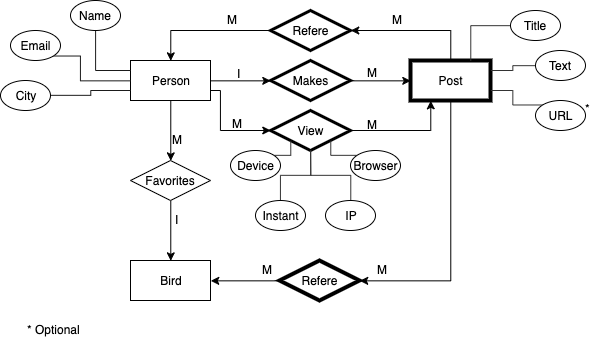
Earlier version of the draw.io export EntityRelationModel.png (juanjorgegarcia/BigData-SQL-Project). Source tidied: cells renumbered, new cells last; positions are measured from the earlier drawing's top-left corner, leaving out a move shared by most shapes. Source of this version:
```xml
<mxGraphModel>
  <root>
    <mxCell id="0" />
    <mxCell id="1" parent="0" />
    <mxCell id="2" style="edgeStyle=orthogonalEdgeStyle;rounded=0;jettySize=auto;html=1;exitX=1;exitY=0.5;exitDx=0;exitDy=0;entryX=0;entryY=0.5;entryDx=0;entryDy=0;" parent="1" edge="1" source="5" target="12">
      <mxGeometry relative="1" as="geometry" />
    </mxCell>
    <mxCell id="3" style="edgeStyle=orthogonalEdgeStyle;rounded=0;jettySize=auto;html=1;exitX=0.5;exitY=1;exitDx=0;exitDy=0;entryX=0.5;entryY=0;entryDx=0;entryDy=0;" parent="1" edge="1" source="5" target="7">
      <mxGeometry relative="1" as="geometry" />
    </mxCell>
    <mxCell id="4" style="edgeStyle=orthogonalEdgeStyle;rounded=0;jettySize=auto;html=1;exitX=1;exitY=0.75;exitDx=0;exitDy=0;entryX=0;entryY=0.5;entryDx=0;entryDy=0;" parent="1" edge="1" source="5" target="16">
      <mxGeometry relative="1" as="geometry">
        <Array as="points">
          <mxPoint x="220" y="90" />
          <mxPoint x="220" y="130" />
        </Array>
      </mxGeometry>
    </mxCell>
    <mxCell id="5" value="Person" style="rounded=0;whiteSpace=wrap;html=1;" parent="1" vertex="1">
      <mxGeometry x="130" y="60" width="80" height="40" as="geometry" />
    </mxCell>
    <mxCell id="6" style="edgeStyle=orthogonalEdgeStyle;rounded=0;jettySize=auto;html=1;exitX=0.5;exitY=1;exitDx=0;exitDy=0;entryX=0.5;entryY=0;entryDx=0;entryDy=0;" parent="1" edge="1" source="7" target="8">
      <mxGeometry relative="1" as="geometry" />
    </mxCell>
    <mxCell id="7" value="Favorites" style="rhombus;whiteSpace=wrap;html=1;" parent="1" vertex="1">
      <mxGeometry x="130" y="160" width="80" height="40" as="geometry" />
    </mxCell>
    <mxCell id="8" value="Bird" style="rounded=0;whiteSpace=wrap;html=1;" parent="1" vertex="1">
      <mxGeometry x="130" y="260" width="80" height="40" as="geometry" />
    </mxCell>
    <mxCell id="9" style="edgeStyle=orthogonalEdgeStyle;rounded=0;jettySize=auto;html=1;exitX=0;exitY=0.5;exitDx=0;exitDy=0;entryX=1;entryY=0.5;entryDx=0;entryDy=0;" parent="1" edge="1" source="10" target="8">
      <mxGeometry relative="1" as="geometry" />
    </mxCell>
    <mxCell id="10" value="Refere" style="rhombus;whiteSpace=wrap;html=1;gradientColor=none;strokeColor=#000000;perimeterSpacing=0;rounded=0;comic=0;strokeWidth=4;" parent="1" vertex="1">
      <mxGeometry x="279" y="260" width="80" height="40" as="geometry" />
    </mxCell>
    <mxCell id="11" style="edgeStyle=orthogonalEdgeStyle;rounded=0;jettySize=auto;html=1;exitX=1;exitY=0.5;exitDx=0;exitDy=0;entryX=0;entryY=0.5;entryDx=0;entryDy=0;" parent="1" edge="1" source="12" target="19">
      <mxGeometry relative="1" as="geometry" />
    </mxCell>
    <mxCell id="12" value="Makes" style="rhombus;whiteSpace=wrap;html=1;strokeWidth=3;" parent="1" vertex="1">
      <mxGeometry x="270" y="60" width="80" height="40" as="geometry" />
    </mxCell>
    <mxCell id="13" style="edgeStyle=orthogonalEdgeStyle;rounded=0;jettySize=auto;html=1;exitX=0;exitY=0.5;exitDx=0;exitDy=0;entryX=0.5;entryY=0;entryDx=0;entryDy=0;" parent="1" edge="1" source="14" target="5">
      <mxGeometry relative="1" as="geometry" />
    </mxCell>
    <mxCell id="14" value="Refere" style="rhombus;whiteSpace=wrap;html=1;strokeWidth=3;" parent="1" vertex="1">
      <mxGeometry x="270" y="10" width="80" height="40" as="geometry" />
    </mxCell>
    <mxCell id="15" style="edgeStyle=orthogonalEdgeStyle;rounded=0;jettySize=auto;html=1;exitX=1;exitY=0.5;exitDx=0;exitDy=0;entryX=0.25;entryY=1;entryDx=0;entryDy=0;" parent="1" edge="1" source="16" target="19">
      <mxGeometry relative="1" as="geometry" />
    </mxCell>
    <mxCell id="16" value="View" style="rhombus;whiteSpace=wrap;html=1;strokeWidth=3;" parent="1" vertex="1">
      <mxGeometry x="270" y="110" width="80" height="40" as="geometry" />
    </mxCell>
    <mxCell id="17" style="edgeStyle=orthogonalEdgeStyle;rounded=0;jettySize=auto;html=1;exitX=0.5;exitY=0;exitDx=0;exitDy=0;entryX=1;entryY=0.5;entryDx=0;entryDy=0;" parent="1" edge="1" source="19" target="14">
      <mxGeometry relative="1" as="geometry" />
    </mxCell>
    <mxCell id="18" style="edgeStyle=orthogonalEdgeStyle;rounded=0;jettySize=auto;html=1;exitX=0.5;exitY=1;exitDx=0;exitDy=0;entryX=1;entryY=0.5;entryDx=0;entryDy=0;" parent="1" edge="1" source="19" target="10">
      <mxGeometry relative="1" as="geometry" />
    </mxCell>
    <mxCell id="19" value="Post" style="rounded=0;whiteSpace=wrap;html=1;strokeWidth=4;" parent="1" vertex="1">
      <mxGeometry x="410" y="60" width="80" height="40" as="geometry" />
    </mxCell>
    <mxCell id="20" style="edgeStyle=orthogonalEdgeStyle;rounded=0;jettySize=auto;html=1;exitX=1;exitY=1;exitDx=0;exitDy=0;entryX=0;entryY=0.5;entryDx=0;entryDy=0;endArrow=none;endFill=0;strokeColor=#1A1A1A;" parent="1" edge="1" source="21" target="5">
      <mxGeometry relative="1" as="geometry">
        <Array as="points">
          <mxPoint x="80" y="56" />
          <mxPoint x="80" y="80" />
        </Array>
      </mxGeometry>
    </mxCell>
    <mxCell id="21" value="Email" style="ellipse;whiteSpace=wrap;html=1;" parent="1" vertex="1">
      <mxGeometry x="10" y="30" width="50" height="30" as="geometry" />
    </mxCell>
    <mxCell id="22" style="edgeStyle=orthogonalEdgeStyle;rounded=0;jettySize=auto;html=1;exitX=0.5;exitY=1;exitDx=0;exitDy=0;entryX=0;entryY=0.25;entryDx=0;entryDy=0;endArrow=none;endFill=0;strokeColor=#1A1A1A;" parent="1" edge="1" source="23" target="5">
      <mxGeometry relative="1" as="geometry" />
    </mxCell>
    <mxCell id="23" value="Name" style="ellipse;whiteSpace=wrap;html=1;" parent="1" vertex="1">
      <mxGeometry x="70" width="50" height="30" as="geometry" />
    </mxCell>
    <mxCell id="24" style="edgeStyle=orthogonalEdgeStyle;rounded=0;jettySize=auto;html=1;exitX=1;exitY=0.5;exitDx=0;exitDy=0;entryX=0;entryY=0.75;entryDx=0;entryDy=0;endArrow=none;endFill=0;strokeColor=#1A1A1A;" parent="1" edge="1" source="25" target="5">
      <mxGeometry relative="1" as="geometry" />
    </mxCell>
    <mxCell id="25" value="City" style="ellipse;whiteSpace=wrap;html=1;" parent="1" vertex="1">
      <mxGeometry y="80" width="50" height="30" as="geometry" />
    </mxCell>
    <mxCell id="26" style="edgeStyle=orthogonalEdgeStyle;rounded=0;jettySize=auto;html=1;exitX=0;exitY=0.5;exitDx=0;exitDy=0;entryX=0.75;entryY=0;entryDx=0;entryDy=0;endArrow=none;endFill=0;strokeColor=#333333;" parent="1" edge="1" source="27" target="19">
      <mxGeometry relative="1" as="geometry" />
    </mxCell>
    <mxCell id="27" value="Title" style="ellipse;whiteSpace=wrap;html=1;" parent="1" vertex="1">
      <mxGeometry x="510" y="10" width="50" height="30" as="geometry" />
    </mxCell>
    <mxCell id="28" style="edgeStyle=orthogonalEdgeStyle;rounded=0;jettySize=auto;html=1;exitX=0;exitY=0.5;exitDx=0;exitDy=0;entryX=1;entryY=0.25;entryDx=0;entryDy=0;endArrow=none;endFill=0;strokeColor=#333333;" parent="1" edge="1" source="29" target="19">
      <mxGeometry relative="1" as="geometry" />
    </mxCell>
    <mxCell id="29" value="Text" style="ellipse;whiteSpace=wrap;html=1;" parent="1" vertex="1">
      <mxGeometry x="535" y="50" width="50" height="30" as="geometry" />
    </mxCell>
    <mxCell id="30" style="edgeStyle=orthogonalEdgeStyle;rounded=0;jettySize=auto;html=1;exitX=0;exitY=0;exitDx=0;exitDy=0;entryX=1;entryY=0.75;entryDx=0;entryDy=0;endArrow=none;endFill=0;strokeColor=#333333;" parent="1" edge="1" source="31" target="19">
      <mxGeometry relative="1" as="geometry" />
    </mxCell>
    <mxCell id="31" value="URL" style="ellipse;whiteSpace=wrap;html=1;" parent="1" vertex="1">
      <mxGeometry x="535" y="100" width="50" height="30" as="geometry" />
    </mxCell>
    <mxCell id="32" style="edgeStyle=orthogonalEdgeStyle;rounded=0;jettySize=auto;html=1;exitX=1;exitY=0;exitDx=0;exitDy=0;entryX=0;entryY=1;entryDx=0;entryDy=0;endArrow=none;endFill=0;strokeColor=#333333;" parent="1" edge="1" source="33" target="16">
      <mxGeometry relative="1" as="geometry" />
    </mxCell>
    <mxCell id="33" value="Device" style="ellipse;whiteSpace=wrap;html=1;" parent="1" vertex="1">
      <mxGeometry x="230" y="150" width="50" height="30" as="geometry" />
    </mxCell>
    <mxCell id="34" style="edgeStyle=orthogonalEdgeStyle;rounded=0;jettySize=auto;html=1;exitX=0.5;exitY=0;exitDx=0;exitDy=0;entryX=0.5;entryY=1;entryDx=0;entryDy=0;endArrow=none;endFill=0;strokeColor=#333333;" parent="1" edge="1" source="35" target="16">
      <mxGeometry relative="1" as="geometry" />
    </mxCell>
    <mxCell id="35" value="Instant" style="ellipse;whiteSpace=wrap;html=1;" parent="1" vertex="1">
      <mxGeometry x="255" y="200" width="50" height="30" as="geometry" />
    </mxCell>
    <mxCell id="36" style="edgeStyle=orthogonalEdgeStyle;rounded=0;jettySize=auto;html=1;exitX=0;exitY=0;exitDx=0;exitDy=0;entryX=1;entryY=1;entryDx=0;entryDy=0;endArrow=none;endFill=0;strokeColor=#333333;" parent="1" edge="1" source="37" target="16">
      <mxGeometry relative="1" as="geometry" />
    </mxCell>
    <mxCell id="37" value="Browser" style="ellipse;whiteSpace=wrap;html=1;" parent="1" vertex="1">
      <mxGeometry x="350" y="150" width="50" height="30" as="geometry" />
    </mxCell>
    <mxCell id="38" style="edgeStyle=orthogonalEdgeStyle;rounded=0;jettySize=auto;html=1;exitX=0.5;exitY=0;exitDx=0;exitDy=0;endArrow=none;endFill=0;strokeColor=#333333;" parent="1" edge="1" source="39">
      <mxGeometry relative="1" as="geometry">
        <mxPoint x="310" y="150" as="targetPoint" />
      </mxGeometry>
    </mxCell>
    <mxCell id="39" value="IP" style="ellipse;whiteSpace=wrap;html=1;" parent="1" vertex="1">
      <mxGeometry x="325" y="200" width="50" height="30" as="geometry" />
    </mxCell>
    <mxCell id="40" value="M" style="text;html=1;align=left;verticalAlign=top;spacingTop=-4;" parent="1" vertex="1">
      <mxGeometry x="225" y="10" width="30" height="20" as="geometry" />
    </mxCell>
    <mxCell id="41" value="M" style="text;html=1;align=left;verticalAlign=top;spacingTop=-4;" parent="1" vertex="1">
      <mxGeometry x="390" y="10" width="30" height="20" as="geometry" />
    </mxCell>
    <mxCell id="42" value="M" style="text;html=1;align=left;verticalAlign=top;spacingTop=-4;" parent="1" vertex="1">
      <mxGeometry x="365" y="63" width="30" height="20" as="geometry" />
    </mxCell>
    <mxCell id="43" value="I" style="text;html=1;align=left;verticalAlign=top;spacingTop=-4;" parent="1" vertex="1">
      <mxGeometry x="235" y="64" width="20" height="20" as="geometry" />
    </mxCell>
    <mxCell id="44" value="M" style="text;html=1;align=left;verticalAlign=top;spacingTop=-4;" parent="1" vertex="1">
      <mxGeometry x="230" y="114" width="30" height="20" as="geometry" />
    </mxCell>
    <mxCell id="45" value="M" style="text;html=1;align=left;verticalAlign=top;spacingTop=-4;" parent="1" vertex="1">
      <mxGeometry x="365" y="115" width="30" height="20" as="geometry" />
    </mxCell>
    <mxCell id="46" value="M" style="text;html=1;align=left;verticalAlign=top;spacingTop=-4;" parent="1" vertex="1">
      <mxGeometry x="260" y="260" width="30" height="20" as="geometry" />
    </mxCell>
    <mxCell id="47" value="M" style="text;html=1;align=left;verticalAlign=top;spacingTop=-4;" parent="1" vertex="1">
      <mxGeometry x="375" y="260" width="30" height="20" as="geometry" />
    </mxCell>
    <mxCell id="48" value="M" style="text;html=1;align=left;verticalAlign=top;spacingTop=-4;" parent="1" vertex="1">
      <mxGeometry x="170" y="130" width="30" height="20" as="geometry" />
    </mxCell>
    <mxCell id="49" value="I" style="text;html=1;align=left;verticalAlign=top;spacingTop=-4;" parent="1" vertex="1">
      <mxGeometry x="173" y="210" width="20" height="20" as="geometry" />
    </mxCell>
    <mxCell id="50" value="*" style="text;html=1;align=left;verticalAlign=top;spacingTop=-4;" parent="1" vertex="1">
      <mxGeometry x="583" y="99" width="20" height="20" as="geometry" />
    </mxCell>
    <mxCell id="51" value="* Optional" style="text;html=1;align=left;verticalAlign=top;spacingTop=-4;" parent="1" vertex="1">
      <mxGeometry x="25" y="320" width="70" height="20" as="geometry" />
    </mxCell>
  </root>
</mxGraphModel>
```
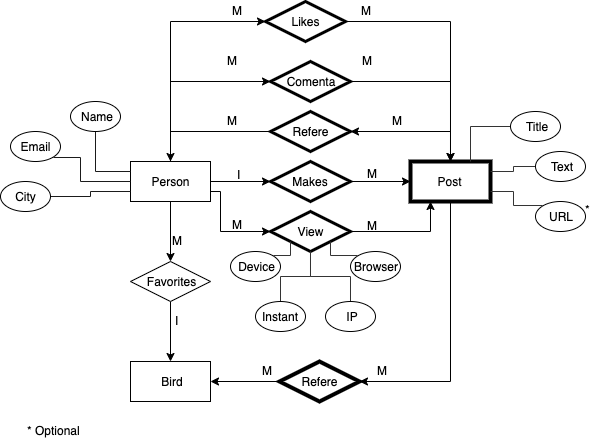
Later version of the same file.

Change to the diagram source:
```diff
@@ -16,6 +16,12 @@
         </Array>
       </mxGeometry>
     </mxCell>
+    <mxCell id="52" style="edgeStyle=orthogonalEdgeStyle;rounded=0;jettySize=auto;html=1;exitX=0.5;exitY=0;exitDx=0;exitDy=0;entryX=0;entryY=0.5;entryDx=0;entryDy=0;" parent="1" edge="1" source="5" target="55">
+      <mxGeometry relative="1" as="geometry" />
+    </mxCell>
+    <mxCell id="53" style="edgeStyle=orthogonalEdgeStyle;rounded=0;jettySize=auto;html=1;exitX=0.5;exitY=0;exitDx=0;exitDy=0;entryX=0;entryY=0.5;entryDx=0;entryDy=0;" parent="1" edge="1" source="5" target="59">
+      <mxGeometry relative="1" as="geometry" />
+    </mxCell>
     <mxCell id="5" value="Person" style="rounded=0;whiteSpace=wrap;html=1;" parent="1" vertex="1">
       <mxGeometry x="130" y="60" width="80" height="40" as="geometry" />
     </mxCell>
@@ -164,5 +170,29 @@
     <mxCell id="51" value="* Optional" style="text;html=1;align=left;verticalAlign=top;spacingTop=-4;" parent="1" vertex="1">
       <mxGeometry x="25" y="320" width="70" height="20" as="geometry" />
     </mxCell>
+    <mxCell id="54" style="edgeStyle=orthogonalEdgeStyle;rounded=0;jettySize=auto;html=1;exitX=1;exitY=0.5;exitDx=0;exitDy=0;entryX=0.5;entryY=0;entryDx=0;entryDy=0;" parent="1" edge="1" source="55" target="19">
+      <mxGeometry relative="1" as="geometry" />
+    </mxCell>
+    <mxCell id="55" value="Comenta" style="rhombus;whiteSpace=wrap;html=1;strokeWidth=3;" parent="1" vertex="1">
+      <mxGeometry x="270" y="-40" width="80" height="40" as="geometry" />
+    </mxCell>
+    <mxCell id="56" value="M" style="text;html=1;align=left;verticalAlign=top;spacingTop=-4;" parent="1" vertex="1">
+      <mxGeometry x="225" y="-50" width="30" height="20" as="geometry" />
+    </mxCell>
+    <mxCell id="57" value="M" style="text;html=1;align=left;verticalAlign=top;spacingTop=-4;" parent="1" vertex="1">
+      <mxGeometry x="360" y="-50" width="30" height="20" as="geometry" />
+    </mxCell>
+    <mxCell id="58" style="edgeStyle=orthogonalEdgeStyle;rounded=0;jettySize=auto;html=1;exitX=1;exitY=0.5;exitDx=0;exitDy=0;entryX=0.5;entryY=0;entryDx=0;entryDy=0;" parent="1" edge="1" source="59" target="19">
+      <mxGeometry relative="1" as="geometry" />
+    </mxCell>
+    <mxCell id="59" value="Likes" style="rhombus;whiteSpace=wrap;html=1;strokeWidth=3;" parent="1" vertex="1">
+      <mxGeometry x="265" y="-100" width="80" height="40" as="geometry" />
+    </mxCell>
+    <mxCell id="60" value="M" style="text;html=1;align=left;verticalAlign=top;spacingTop=-4;" parent="1" vertex="1">
+      <mxGeometry x="230" y="-100" width="30" height="20" as="geometry" />
+    </mxCell>
+    <mxCell id="61" value="M" style="text;html=1;align=left;verticalAlign=top;spacingTop=-4;" parent="1" vertex="1">
+      <mxGeometry x="359" y="-100" width="30" height="20" as="geometry" />
+    </mxCell>
   </root>
 </mxGraphModel>
```
